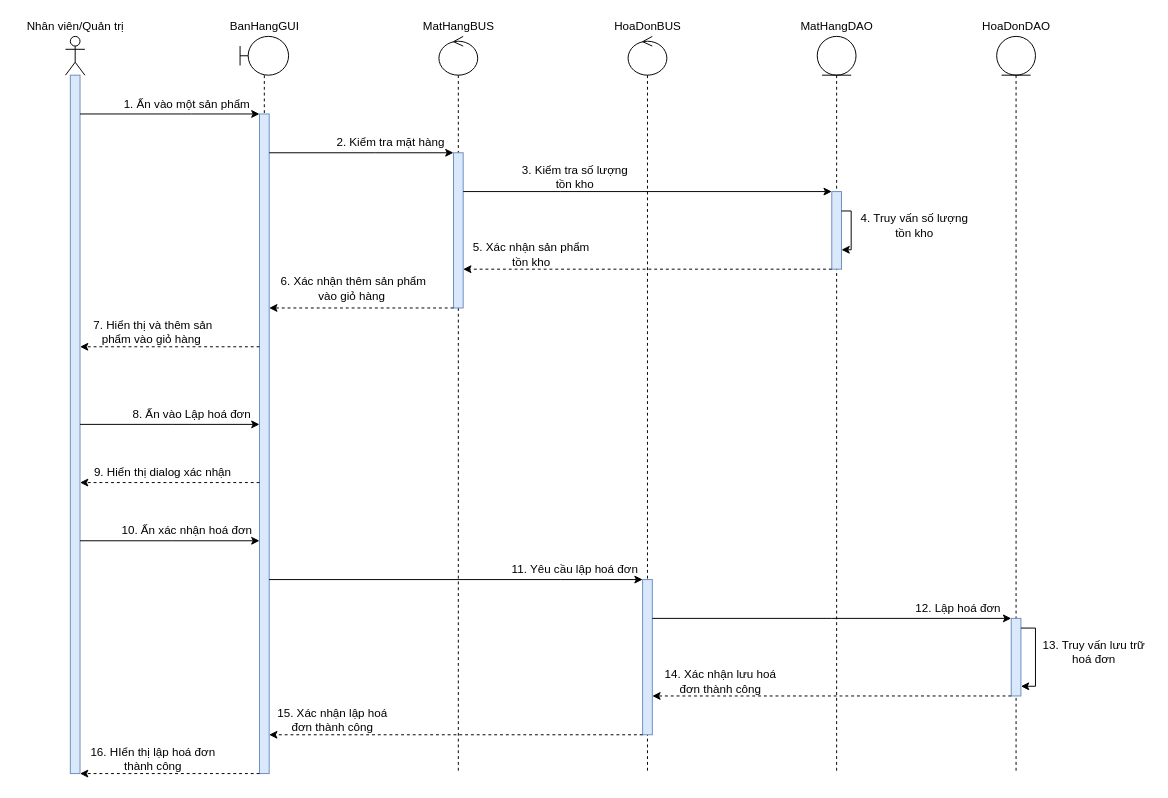
Above: Sequence Diagrams/Nguyên Lộc/SD_XửLíBánHàng.drawio in EdgarIgnite16/OOAD-Project (draw.io), before the change. Source tidied: cells renumbered, new cells numbered last; positions are measured from the earlier drawing's top-left corner, leaving out a move shared by most shapes. Both pictures are drawn from the tidied source at 97%, with x=0, y=0 at pixel (16, 16).
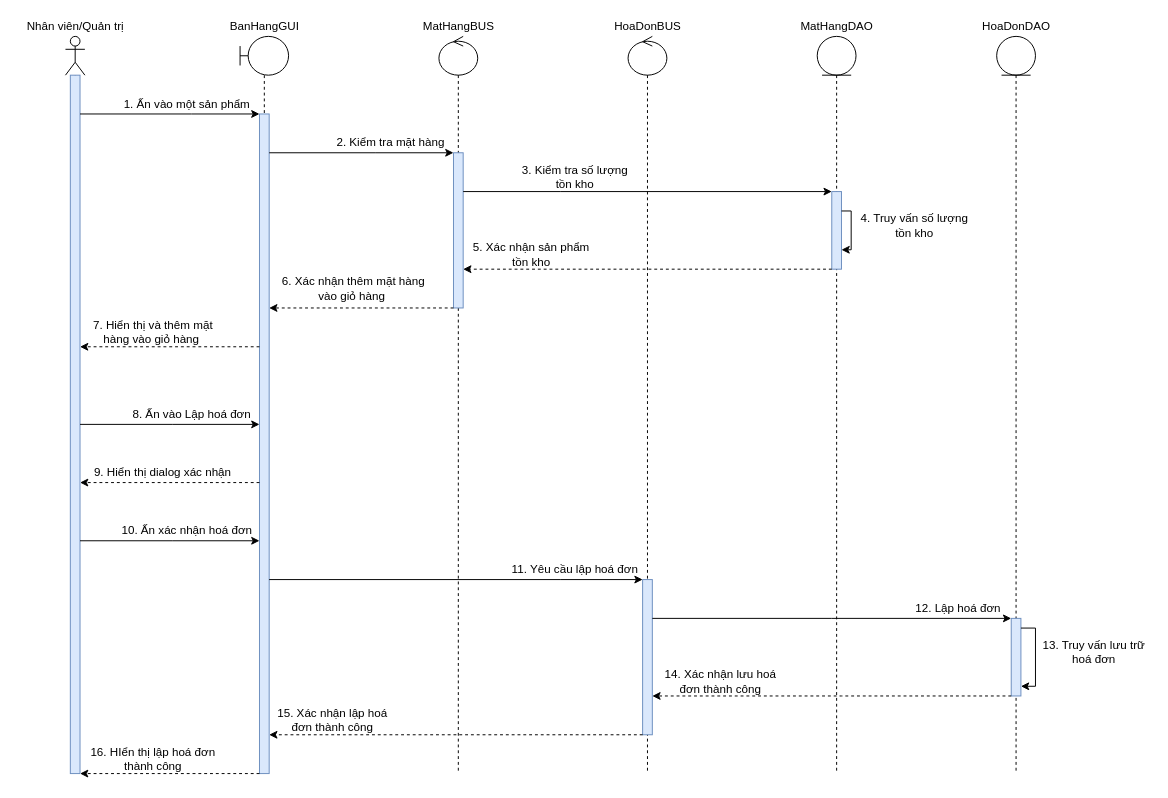
The same diagram, later.

Diff of the diagram source:
```diff
@@
-    <mxCell id="26" value="&amp;nbsp;6. Xác nhận thêm sản phẩm&lt;br&gt;vào giỏ hàng" style="text;html=1;align=center;verticalAlign=middle;strokeColor=none;fillColor=none;" parent="1" vertex="1">
+    <mxCell id="26" value="&amp;nbsp;6. Xác nhận thêm mặt hàng&lt;br&gt;vào giỏ hàng" style="text;html=1;align=center;verticalAlign=middle;strokeColor=none;fillColor=none;" parent="1" vertex="1">
       <mxGeometry x="260" y="265" width="170" height="30" as="geometry" />
     </mxCell>
@@
-    <mxCell id="28" value="7. Hiển thị và thêm sản &lt;br&gt;phẩm vào giỏ hàng&amp;nbsp;" style="text;html=1;align=center;verticalAlign=middle;strokeColor=none;fillColor=none;" parent="1" vertex="1">
+    <mxCell id="28" value="7. Hiển thị và thêm mặt&lt;br&gt;hàng vào giỏ hàng&amp;nbsp;" style="text;html=1;align=center;verticalAlign=middle;strokeColor=none;fillColor=none;" parent="1" vertex="1">
       <mxGeometry x="70" y="310" width="140" height="30" as="geometry" />
     </mxCell>
```
